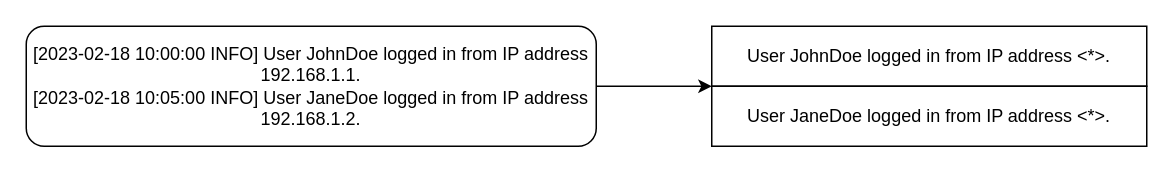
Above: 3.2.2冗余模版.drawio in Gleiphir2769/my-draw (draw.io), before the change. Source tidied: cells renumbered, new cells numbered last; positions are measured from the earlier drawing's top-left corner, leaving out a move shared by most shapes. Both pictures are drawn from the tidied source at 150%, with x=0, y=0 at pixel (26, 26).
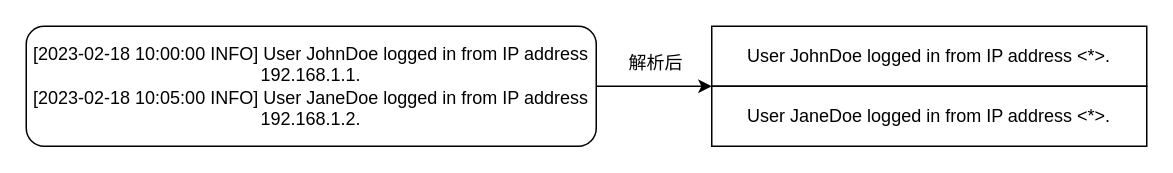
After the change.

Commit message (it also covers changes not shown here):
更新3.2.2冗余模版.drawio

Change to the diagram source:
```diff
@@
 <mxGraphModel>
   <root>
     <mxCell id="0" />
     <mxCell id="1" parent="0" />
     <mxCell id="2" value="&lt;div&gt;[2023-02-18 10:00:00 INFO] User JohnDoe logged in from IP address 192.168.1.1.&lt;/div&gt;&lt;div&gt;[2023-02-18 10:05:00 INFO] User JaneDoe logged in from IP address 192.168.1.2.&lt;/div&gt;" style="rounded=1;whiteSpace=wrap;html=1;" parent="1" vertex="1">
       <mxGeometry width="380" height="80" as="geometry" />
     </mxCell>
     <mxCell id="3" value="User JohnDoe logged in from IP address &lt;*&gt;." style="rounded=0;whiteSpace=wrap;html=1;" parent="1" vertex="1">
       <mxGeometry x="457" width="290" height="40" as="geometry" />
     </mxCell>
     <mxCell id="4" value="User JaneDoe logged in from IP address &amp;lt;*&amp;gt;." style="rounded=0;whiteSpace=wrap;html=1;" parent="1" vertex="1">
       <mxGeometry x="457" y="40" width="290" height="40" as="geometry" />
     </mxCell>
     <mxCell id="5" style="endArrow=classic;html=1;rounded=0;entryX=0;entryY=0;entryDx=0;entryDy=0;exitX=1;exitY=0.5;exitDx=0;exitDy=0;" parent="1" edge="1" source="2" target="4">
       <mxGeometry relative="1" as="geometry" />
     </mxCell>
+    <mxCell id="6" value="解析后" style="text;html=1;align=center;verticalAlign=middle;whiteSpace=wrap;rounded=0;" parent="1" vertex="1">
+      <mxGeometry x="390" y="10" width="60" height="30" as="geometry" />
+    </mxCell>
   </root>
 </mxGraphModel>
```
